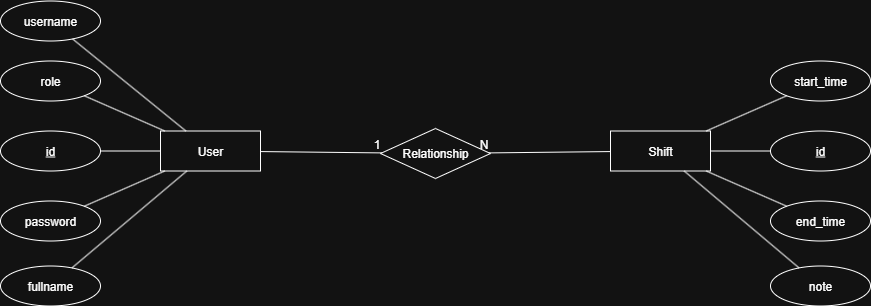
Vinhnub/Employee-attendance-app keeps this draw.io diagram as server/database/images/ERD.png. Above is the earlier version. Source tidied: cells renumbered, new cells last; positions are measured from the earlier drawing's top-left corner, leaving out a move shared by most shapes.
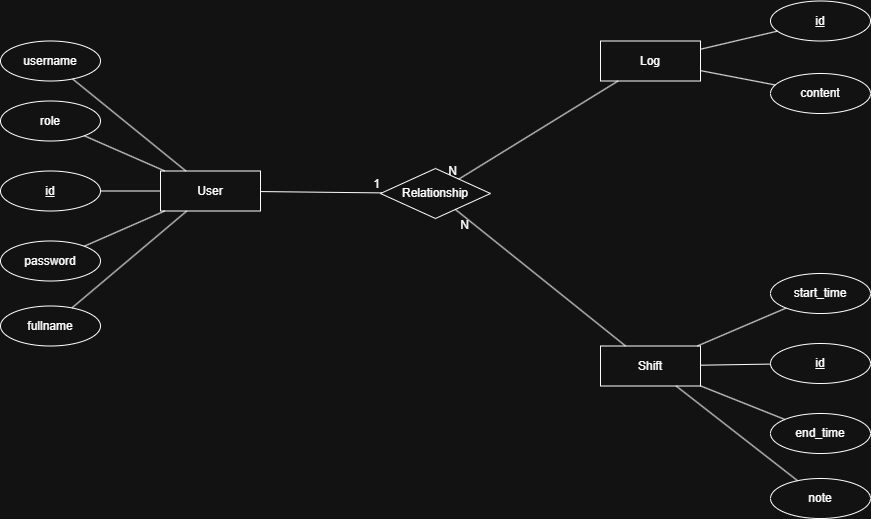
After the change.

The edit, as a diff of the source:
```diff
@@ -6,7 +6,7 @@
       <mxGeometry x="160" y="129.5" width="100" height="40" as="geometry" />
     </mxCell>
     <mxCell id="3" value="Shift" style="whiteSpace=wrap;html=1;align=center;" parent="1" vertex="1">
-      <mxGeometry x="610" y="129.5" width="100" height="40" as="geometry" />
+      <mxGeometry x="600" y="304.5" width="100" height="40" as="geometry" />
     </mxCell>
     <mxCell id="4" value="username" style="ellipse;whiteSpace=wrap;html=1;align=center;" parent="1" vertex="1">
       <mxGeometry y="-0.5" width="100" height="40" as="geometry" />
@@ -24,16 +24,16 @@
       <mxGeometry y="129.5" width="100" height="40" as="geometry" />
     </mxCell>
     <mxCell id="9" value="id" style="ellipse;whiteSpace=wrap;html=1;align=center;fontStyle=4;" parent="1" vertex="1">
-      <mxGeometry x="770" y="129.5" width="100" height="40" as="geometry" />
+      <mxGeometry x="770" y="302" width="100" height="40" as="geometry" />
     </mxCell>
     <mxCell id="10" value="note" style="ellipse;whiteSpace=wrap;html=1;align=center;" parent="1" vertex="1">
-      <mxGeometry x="770" y="264.5" width="100" height="40" as="geometry" />
+      <mxGeometry x="770" y="437" width="100" height="40" as="geometry" />
     </mxCell>
     <mxCell id="11" value="end_time" style="ellipse;whiteSpace=wrap;html=1;align=center;" parent="1" vertex="1">
-      <mxGeometry x="770" y="199.5" width="100" height="40" as="geometry" />
+      <mxGeometry x="770" y="372" width="100" height="40" as="geometry" />
     </mxCell>
     <mxCell id="12" value="start_time" style="ellipse;whiteSpace=wrap;html=1;align=center;" parent="1" vertex="1">
-      <mxGeometry x="770" y="59.5" width="100" height="40" as="geometry" />
+      <mxGeometry x="770" y="232" width="100" height="40" as="geometry" />
     </mxCell>
     <mxCell id="13" value="Relationship" style="shape=rhombus;perimeter=rhombusPerimeter;whiteSpace=wrap;html=1;align=center;" parent="1" vertex="1">
       <mxGeometry x="380" y="127" width="110" height="50" as="geometry" />
@@ -42,7 +42,9 @@
       <mxGeometry relative="1" as="geometry" />
     </mxCell>
     <mxCell id="15" value="N" style="html=1;whiteSpace=wrap;align=right;verticalAlign=bottom;" parent="14" vertex="1">
-      <mxGeometry x="1" relative="1" as="geometry" />
+      <mxGeometry x="1" relative="1" as="geometry">
+        <mxPoint x="15" y="24" as="offset" />
+      </mxGeometry>
     </mxCell>
     <mxCell id="16" style="endArrow=none;html=1;rounded=0;" parent="1" edge="1" source="2" target="13">
       <mxGeometry relative="1" as="geometry" />
@@ -77,5 +79,26 @@
     <mxCell id="26" style="endArrow=none;html=1;rounded=0;" parent="1" edge="1" source="3" target="10">
       <mxGeometry relative="1" as="geometry" />
     </mxCell>
+    <mxCell id="27" value="Log" style="whiteSpace=wrap;html=1;align=center;" parent="1" vertex="1">
+      <mxGeometry x="600" y="-0.5" width="100" height="40" as="geometry" />
+    </mxCell>
+    <mxCell id="28" style="endArrow=none;html=1;rounded=0;" parent="1" edge="1" source="27" target="13">
+      <mxGeometry relative="1" as="geometry" />
+    </mxCell>
+    <mxCell id="29" value="N" style="html=1;whiteSpace=wrap;align=right;verticalAlign=bottom;" parent="28" vertex="1">
+      <mxGeometry x="1" relative="1" as="geometry" />
+    </mxCell>
+    <mxCell id="30" value="id" style="ellipse;whiteSpace=wrap;html=1;align=center;fontStyle=4;" parent="1" vertex="1">
+      <mxGeometry x="770" y="-40.5" width="100" height="40" as="geometry" />
+    </mxCell>
+    <mxCell id="31" value="content" style="ellipse;whiteSpace=wrap;html=1;align=center;" parent="1" vertex="1">
+      <mxGeometry x="770" y="32" width="100" height="40" as="geometry" />
+    </mxCell>
+    <mxCell id="32" style="endArrow=none;html=1;rounded=0;" parent="1" edge="1" source="27" target="30">
+      <mxGeometry relative="1" as="geometry" />
+    </mxCell>
+    <mxCell id="33" style="endArrow=none;html=1;rounded=0;" parent="1" edge="1" source="27" target="31">
+      <mxGeometry relative="1" as="geometry" />
+    </mxCell>
   </root>
 </mxGraphModel>
```
